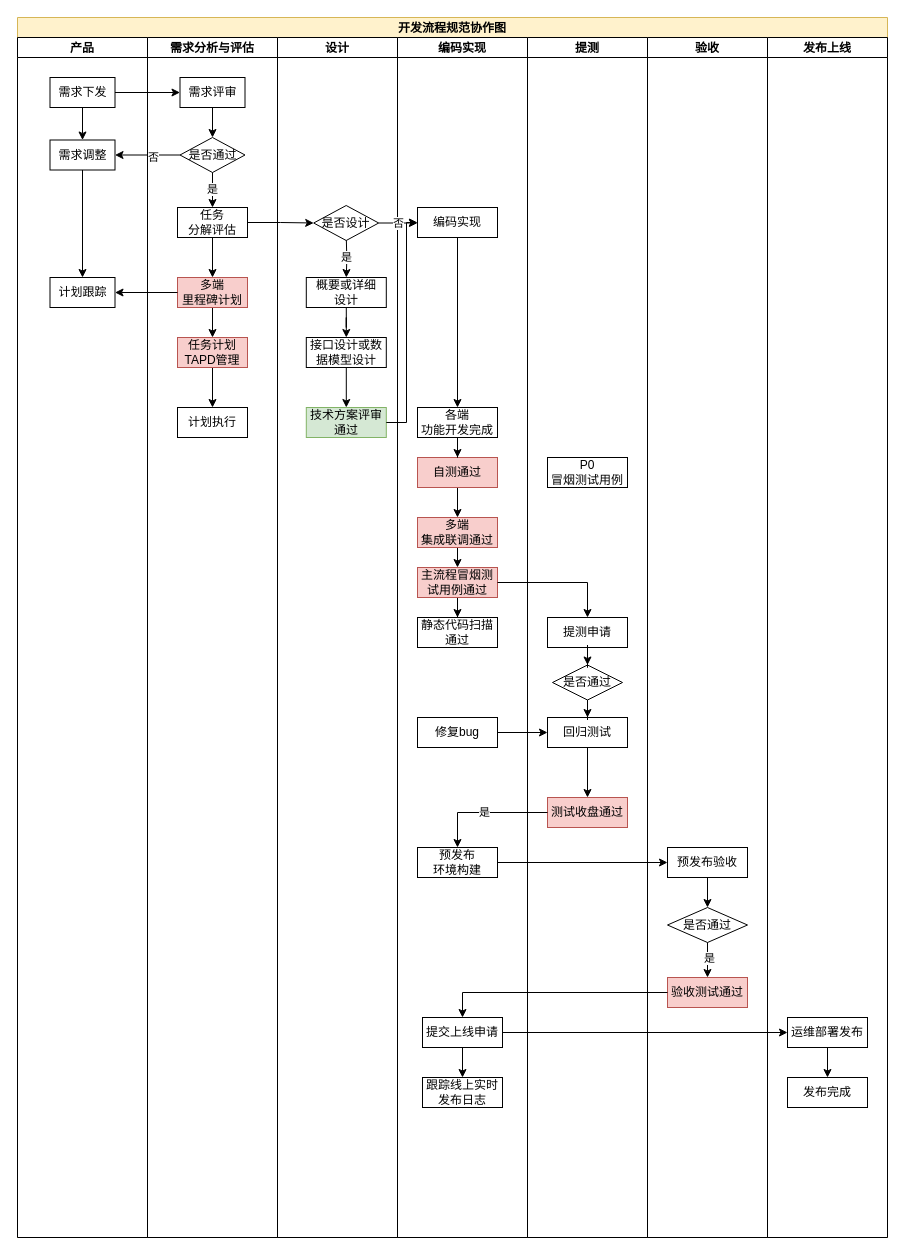
Before: Untitled Diagram.drawio in zhubin2430701/draw, a draw.io diagram. Source tidied: cells renumbered, new cells numbered last; positions are measured from the earlier drawing's top-left corner, leaving out a move shared by most shapes. Both pictures are drawn from the tidied source at 100%, with x=0, y=0 at pixel (17, 17).
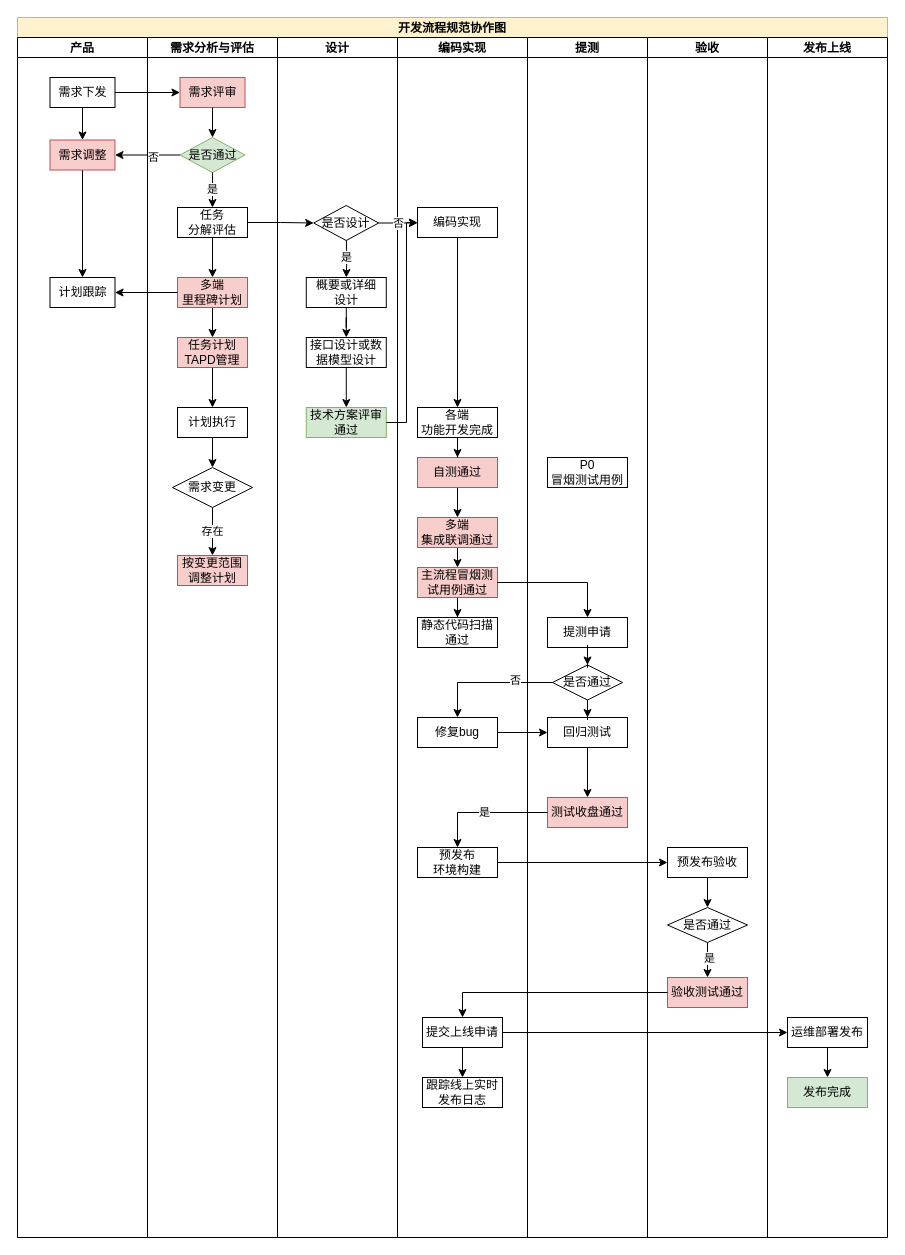
The same diagram, later.

The change refers to these unchanged cells:
```xml
<mxCell id="2" value="开发流程规范协作图" style="swimlane;startSize=20;fillColor=#fff2cc;strokeColor=#d6b656;" parent="1" vertex="1">
  <mxGeometry width="870" height="1220" as="geometry" />
</mxCell>
<mxCell id="3" value="产品" style="swimlane;startSize=20;" parent="2" vertex="1">
  <mxGeometry y="20" width="130" height="1200" as="geometry" />
</mxCell>
<mxCell id="9" value="需求分析与评估" style="swimlane;startSize=20;" parent="2" vertex="1">
  <mxGeometry x="130" y="20" width="130" height="1200" as="geometry" />
</mxCell>
<mxCell id="20" value="计划执行" style="rounded=0;whiteSpace=wrap;html=1;" parent="9" vertex="1">
  <mxGeometry x="30" y="370" width="70" height="30" as="geometry" />
</mxCell>
<mxCell id="43" value="修复bug" style="whiteSpace=wrap;html=1;rounded=0;" parent="29" vertex="1">
  <mxGeometry x="20" y="680" width="80" height="30" as="geometry" />
</mxCell>
<mxCell id="51" value="是否通过" style="rhombus;whiteSpace=wrap;html=1;rounded=0;" parent="46" vertex="1">
  <mxGeometry x="25" y="627.5" width="70" height="35" as="geometry" />
</mxCell>
<mxCell id="72" value="发布上线" style="swimlane;startSize=20;" parent="2" vertex="1">
  <mxGeometry x="750" y="20" width="120" height="1200" as="geometry" />
</mxCell>
```

What changed in the source:
```diff
@@
-    <mxCell id="7" value="需求调整" style="rounded=0;whiteSpace=wrap;html=1;" parent="3" vertex="1">
+    <mxCell id="7" value="需求调整" style="rounded=0;whiteSpace=wrap;html=1;fillColor=#f8cecc;strokeColor=#b85450;" parent="3" vertex="1">
       <mxGeometry x="32.5" y="102.5" width="65" height="30" as="geometry" />
     </mxCell>
@@
-    <mxCell id="10" value="需求评审" style="rounded=0;whiteSpace=wrap;html=1;" parent="9" vertex="1">
+    <mxCell id="10" value="需求评审" style="rounded=0;whiteSpace=wrap;html=1;fillColor=#f8cecc;strokeColor=#b85450;" parent="9" vertex="1">
       <mxGeometry x="32.5" y="40" width="65" height="30" as="geometry" />
     </mxCell>
-    <mxCell id="11" value="是否通过" style="rhombus;whiteSpace=wrap;html=1;rounded=0;" parent="9" vertex="1">
+    <mxCell id="11" value="是否通过" style="rhombus;whiteSpace=wrap;html=1;rounded=0;fillColor=#d5e8d4;strokeColor=#82b366;" parent="9" vertex="1">
       <mxGeometry x="32.5" y="100" width="65" height="35" as="geometry" />
     </mxCell>
@@
+    <mxCell id="79" style="edgeStyle=orthogonalEdgeStyle;rounded=0;jettySize=auto;html=1;exitX=0.5;exitY=1;exitDx=0;exitDy=0;" parent="9" edge="1" source="20" target="82">
+      <mxGeometry relative="1" as="geometry" />
+    </mxCell>
@@
+    <mxCell id="80" value="存在" style="edgeStyle=orthogonalEdgeStyle;rounded=0;jettySize=auto;html=1;exitX=0.5;exitY=1;exitDx=0;exitDy=0;entryX=0.5;entryY=0;entryDx=0;entryDy=0;startArrow=none;" parent="9" edge="1" source="82" target="81">
+      <mxGeometry relative="1" as="geometry" />
+    </mxCell>
+    <mxCell id="81" value="按变更范围调整计划" style="rounded=0;whiteSpace=wrap;html=1;fillColor=#f8cecc;strokeColor=#b85450;" parent="9" vertex="1">
+      <mxGeometry x="30" y="518" width="70" height="30" as="geometry" />
+    </mxCell>
+    <mxCell id="82" value="需求变更" style="rhombus;whiteSpace=wrap;html=1;rounded=0;" parent="9" vertex="1">
+      <mxGeometry x="25" y="430" width="80" height="40" as="geometry" />
+    </mxCell>
@@
-    <mxCell id="75" value="发布完成" style="whiteSpace=wrap;html=1;rounded=0;" parent="72" vertex="1">
+    <mxCell id="75" value="发布完成" style="whiteSpace=wrap;html=1;rounded=0;fillColor=#d5e8d4;strokeColor=#82b366;" parent="72" vertex="1">
       <mxGeometry x="20" y="1040" width="80" height="30" as="geometry" />
     </mxCell>
@@
+    <mxCell id="83" style="edgeStyle=orthogonalEdgeStyle;rounded=0;jettySize=auto;html=1;exitX=0;exitY=0.5;exitDx=0;exitDy=0;entryX=0.5;entryY=0;entryDx=0;entryDy=0;" parent="2" edge="1" source="51" target="43">
+      <mxGeometry relative="1" as="geometry" />
+    </mxCell>
+    <mxCell id="84" value="否" style="edgeLabel;html=1;align=center;verticalAlign=middle;" parent="83" vertex="1">
+      <mxGeometry x="-0.42" y="-3" relative="1" as="geometry" />
+    </mxCell>
```
